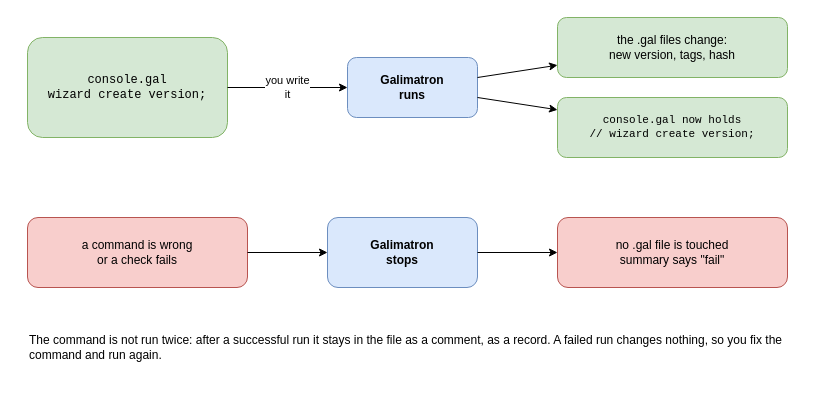
Before: drawio/12_wizard_cycle.drawio in goloveshin/galimatron_doc, a draw.io diagram. Source tidied: cells renumbered, new cells numbered last; positions are measured from the earlier drawing's top-left corner, leaving out a move shared by most shapes. Both pictures are drawn from the tidied source at 100%, with x=0, y=0 at pixel (27, 17).
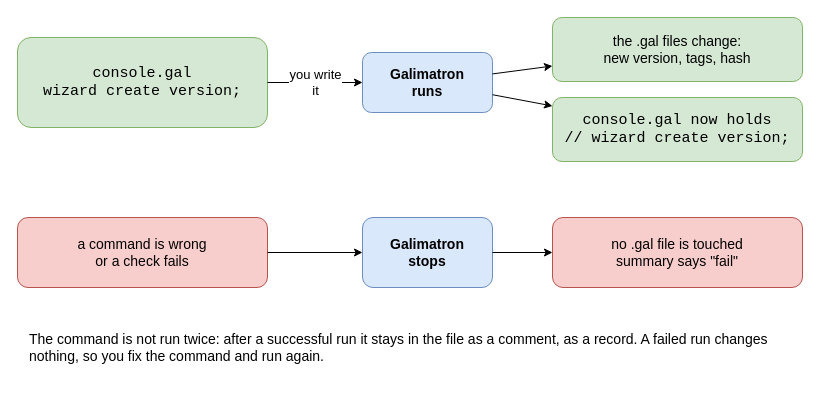
The same diagram, later.

Change to the diagram source:
```diff
@@
 <mxGraphModel>
   <root>
     <mxCell id="0" />
     <mxCell id="1" parent="0" />
-    <mxCell id="2" value="console.gal&lt;br&gt;wizard create version;" style="rounded=1;whiteSpace=wrap;html=1;fillColor=#d5e8d4;strokeColor=#82b366;fontFamily=Courier New;fontSize=12;" parent="1" vertex="1">
-      <mxGeometry y="20" width="200" height="100" as="geometry" />
+    <mxCell id="2" value="console.gal&lt;br&gt;wizard create version;" style="rounded=1;whiteSpace=wrap;html=1;fillColor=#d5e8d4;strokeColor=#82b366;fontFamily=Courier New;fontSize=15;" parent="1" vertex="1">
+      <mxGeometry x="-10" y="20" width="250" height="90" as="geometry" />
     </mxCell>
-    <mxCell id="3" value="Galimatron&lt;br&gt;runs" style="rounded=1;whiteSpace=wrap;html=1;fillColor=#dae8fc;strokeColor=#6c8ebf;fontStyle=1;" parent="1" vertex="1">
-      <mxGeometry x="320" y="40" width="130" height="60" as="geometry" />
+    <mxCell id="3" value="Galimatron&lt;br&gt;runs" style="rounded=1;whiteSpace=wrap;html=1;fillColor=#dae8fc;strokeColor=#6c8ebf;fontStyle=1;fontSize=14;" parent="1" vertex="1">
+      <mxGeometry x="335" y="35" width="130" height="60" as="geometry" />
     </mxCell>
-    <mxCell id="4" value="the .gal files change:&lt;br&gt;new version, tags, hash" style="rounded=1;whiteSpace=wrap;html=1;fillColor=#d5e8d4;strokeColor=#82b366;" parent="1" vertex="1">
-      <mxGeometry x="530" width="230" height="60" as="geometry" />
+    <mxCell id="4" value="the .gal files change:&lt;br&gt;new version, tags, hash" style="rounded=1;whiteSpace=wrap;html=1;fillColor=#d5e8d4;strokeColor=#82b366;fontSize=14;" parent="1" vertex="1">
+      <mxGeometry x="525" width="250" height="64" as="geometry" />
     </mxCell>
-    <mxCell id="5" value="console.gal now holds&lt;br&gt;// wizard create version;" style="rounded=1;whiteSpace=wrap;html=1;fillColor=#d5e8d4;strokeColor=#82b366;fontFamily=Courier New;fontSize=11;" parent="1" vertex="1">
-      <mxGeometry x="530" y="80" width="230" height="60" as="geometry" />
+    <mxCell id="5" value="console.gal now holds&lt;br&gt;// wizard create version;" style="rounded=1;whiteSpace=wrap;html=1;fillColor=#d5e8d4;strokeColor=#82b366;fontFamily=Courier New;fontSize=15;" parent="1" vertex="1">
+      <mxGeometry x="525" y="80" width="250" height="64" as="geometry" />
     </mxCell>
-    <mxCell id="6" value="you write&lt;br&gt;it" style="endArrow=classic;html=1;labelBackgroundColor=#ffffff;edgeStyle=none;" parent="1" edge="1" source="2" target="3">
+    <mxCell id="6" value="you write&lt;br&gt;it" style="endArrow=classic;html=1;labelBackgroundColor=#ffffff;edgeStyle=none;fontSize=13;" parent="1" edge="1" source="2" target="3">
       <mxGeometry relative="1" as="geometry" />
     </mxCell>
     <mxCell id="7" style="endArrow=classic;html=1;labelBackgroundColor=#ffffff;edgeStyle=none;" parent="1" edge="1" source="3" target="4">
       <mxGeometry relative="1" as="geometry" />
     </mxCell>
     <mxCell id="8" style="endArrow=classic;html=1;labelBackgroundColor=#ffffff;edgeStyle=none;" parent="1" edge="1" source="3" target="5">
       <mxGeometry relative="1" as="geometry" />
     </mxCell>
-    <mxCell id="9" value="a command is wrong&lt;br&gt;or a check fails" style="rounded=1;whiteSpace=wrap;html=1;fillColor=#f8cecc;strokeColor=#b85450;" parent="1" vertex="1">
-      <mxGeometry y="200" width="220" height="70" as="geometry" />
+    <mxCell id="9" value="a command is wrong&lt;br&gt;or a check fails" style="rounded=1;whiteSpace=wrap;html=1;fillColor=#f8cecc;strokeColor=#b85450;fontSize=14;" parent="1" vertex="1">
+      <mxGeometry x="-10" y="200" width="250" height="70" as="geometry" />
     </mxCell>
-    <mxCell id="10" value="Galimatron&lt;br&gt;stops" style="rounded=1;whiteSpace=wrap;html=1;fillColor=#dae8fc;strokeColor=#6c8ebf;fontStyle=1;" parent="1" vertex="1">
-      <mxGeometry x="300" y="200" width="150" height="70" as="geometry" />
+    <mxCell id="10" value="Galimatron&lt;br&gt;stops" style="rounded=1;whiteSpace=wrap;html=1;fillColor=#dae8fc;strokeColor=#6c8ebf;fontStyle=1;fontSize=14;" parent="1" vertex="1">
+      <mxGeometry x="335" y="200" width="130" height="70" as="geometry" />
     </mxCell>
-    <mxCell id="11" value="no .gal file is touched&lt;br&gt;summary says &quot;fail&quot;" style="rounded=1;whiteSpace=wrap;html=1;fillColor=#f8cecc;strokeColor=#b85450;" parent="1" vertex="1">
-      <mxGeometry x="530" y="200" width="230" height="70" as="geometry" />
+    <mxCell id="11" value="no .gal file is touched&lt;br&gt;summary says &quot;fail&quot;" style="rounded=1;whiteSpace=wrap;html=1;fillColor=#f8cecc;strokeColor=#b85450;fontSize=14;" parent="1" vertex="1">
+      <mxGeometry x="525" y="200" width="250" height="70" as="geometry" />
     </mxCell>
     <mxCell id="12" style="endArrow=classic;html=1;labelBackgroundColor=#ffffff;edgeStyle=none;" parent="1" edge="1" source="9" target="10">
       <mxGeometry relative="1" as="geometry" />
     </mxCell>
     <mxCell id="13" style="endArrow=classic;html=1;labelBackgroundColor=#ffffff;edgeStyle=none;" parent="1" edge="1" source="10" target="11">
       <mxGeometry relative="1" as="geometry" />
     </mxCell>
-    <mxCell id="14" value="The command is not run twice: after a successful run it stays in the file as a comment, as a record. A failed run changes nothing, so you fix the command and run again." style="text;html=1;whiteSpace=wrap;verticalAlign=middle;align=left;" parent="1" vertex="1">
+    <mxCell id="14" value="The command is not run twice: after a successful run it stays in the file as a comment, as a record. A failed run changes nothing, so you fix the command and run again." style="text;html=1;whiteSpace=wrap;verticalAlign=middle;align=left;fontSize=14;" parent="1" vertex="1">
       <mxGeometry y="300" width="760" height="60" as="geometry" />
     </mxCell>
   </root>
 </mxGraphModel>
```
